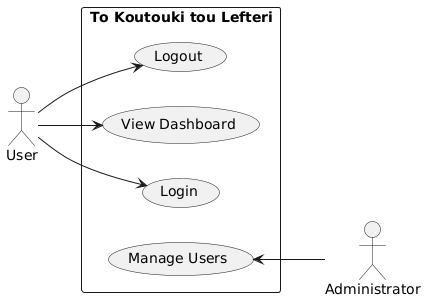
Earlier version of the PlantUML export use-case.png (softwareDesign24/collaborateUML-ucd).
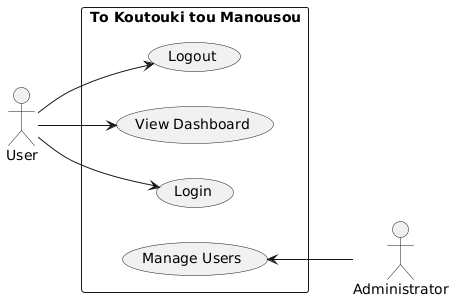
Above is the later version.

Commit message:
Automated UML diagram generation

Change to the diagram source:
```diff
@@ -5,7 +5,7 @@
 actor "User" as usr
 actor "Administrator" as admin
 
-rectangle "To Koutouki tou Lefteri" {
+rectangle "To Koutouki tou Manousou" {
   usecase "Login" as UC1
   usecase "View Dashboard" as UC2
   usecase "Logout" as UC3
```
